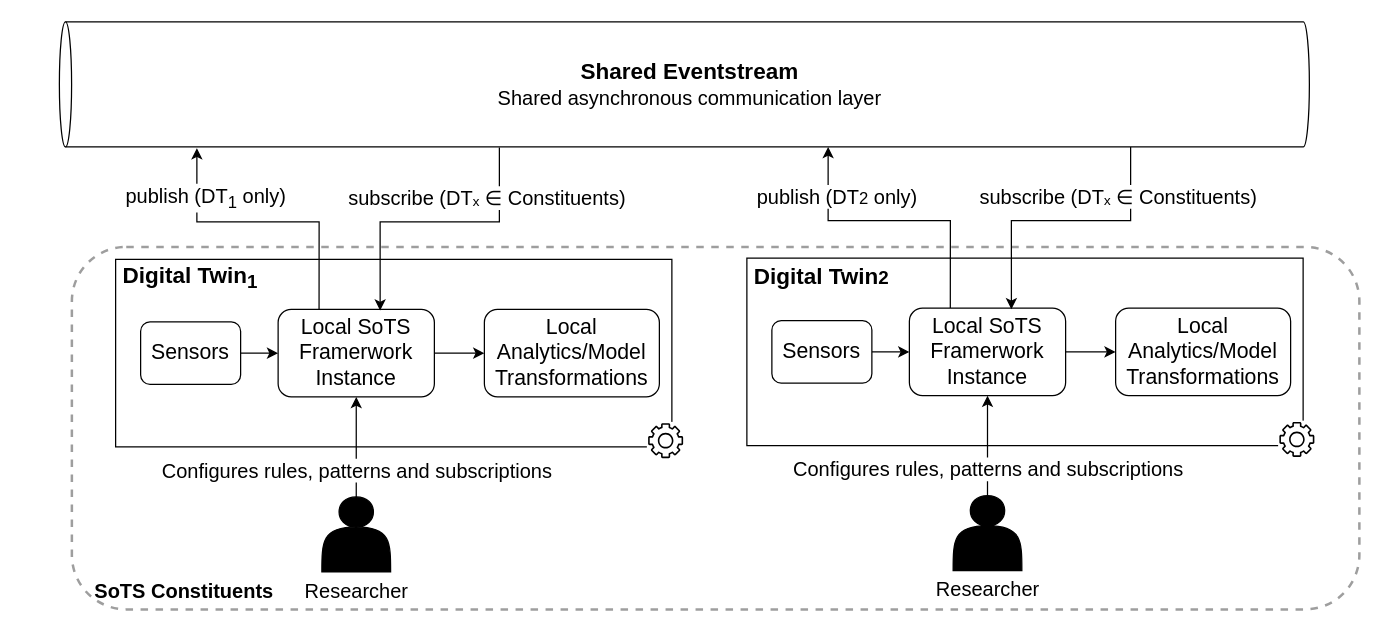
The draw.io diagram docs/Diagrams/C1 Context.drawio in faith176/sots_kalman_filters, before the edit. Source tidied: cells renumbered, new cells numbered last; positions are measured from the earlier drawing's top-left corner, leaving out a move shared by most shapes. Both pictures are drawn from the tidied source at 125%, with x=0, y=0 at pixel (21, 21).
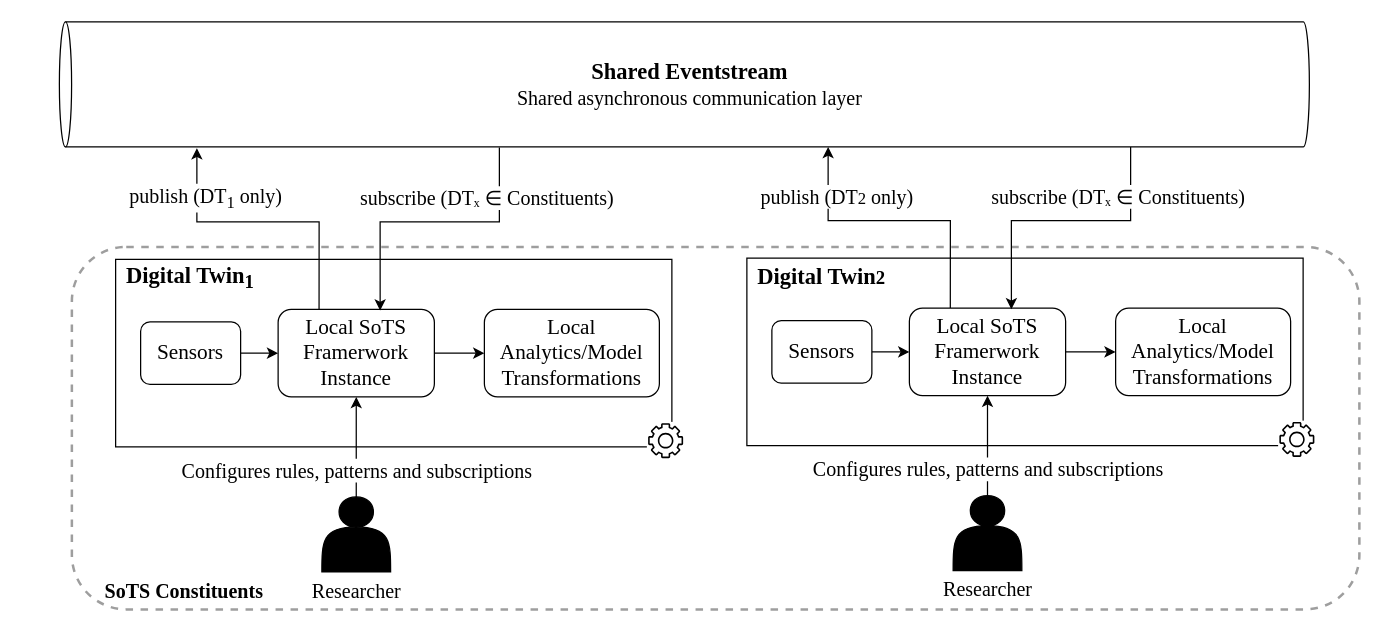
Above is the later version.

What changed in the source:
```diff
@@
-    <mxCell id="2" style="rounded=1;whiteSpace=wrap;html=1;fillColor=none;dashed=1;strokeColor=#9E9E9E;strokeWidth=2;" parent="1" vertex="1">
+    <mxCell id="2" style="rounded=1;whiteSpace=wrap;html=1;fillColor=none;dashed=1;strokeColor=#9E9E9E;strokeWidth=2;fontFamily=Times New Roman;" parent="1" vertex="1">
       <mxGeometry x="40" y="180" width="1030" height="290" as="geometry" />
     </mxCell>
-    <mxCell id="3" value="&lt;b&gt;&lt;font style=&quot;font-size: 18px;&quot;&gt;Shared Eventstream&lt;/font&gt;&lt;/b&gt;&lt;div&gt;&lt;font style=&quot;font-size: 16px;&quot;&gt;Shared asynchronous communication layer&lt;/font&gt;&lt;/div&gt;" style="shape=cylinder3;whiteSpace=wrap;html=1;boundedLbl=1;backgroundOutline=1;size=4.8888888888888005;direction=north;" parent="1" vertex="1">
+    <mxCell id="3" value="&lt;b&gt;&lt;font style=&quot;font-size: 18px;&quot;&gt;Shared Eventstream&lt;/font&gt;&lt;/b&gt;&lt;div&gt;&lt;font style=&quot;font-size: 16px;&quot;&gt;Shared asynchronous communication layer&lt;/font&gt;&lt;/div&gt;" style="shape=cylinder3;whiteSpace=wrap;html=1;boundedLbl=1;backgroundOutline=1;size=4.8888888888888005;direction=north;fontFamily=Times New Roman;" parent="1" vertex="1">
       <mxGeometry x="30" width="1000" height="100" as="geometry" />
     </mxCell>
-    <mxCell id="4" style="group;strokeColor=none;" parent="1" vertex="1">
+    <mxCell id="4" style="group;strokeColor=none;fontFamily=Times New Roman;" parent="1" vertex="1">
       <mxGeometry y="130" width="570" height="340" as="geometry" />
     </mxCell>
-    <mxCell id="5" style="rounded=0;whiteSpace=wrap;html=1;" parent="4" vertex="1">
+    <mxCell id="5" style="rounded=0;whiteSpace=wrap;html=1;fontFamily=Times New Roman;" parent="4" vertex="1">
       <mxGeometry x="75" y="60" width="445" height="150" as="geometry" />
     </mxCell>
-    <mxCell id="6" style="edgeStyle=orthogonalEdgeStyle;rounded=0;jettySize=auto;html=1;exitX=0.5;exitY=0;exitDx=0;exitDy=0;entryX=0.5;entryY=1;entryDx=0;entryDy=0;" parent="4" edge="1" source="8" target="13">
+    <mxCell id="6" style="edgeStyle=orthogonalEdgeStyle;rounded=0;jettySize=auto;html=1;exitX=0.5;exitY=0;exitDx=0;exitDy=0;entryX=0.5;entryY=1;entryDx=0;entryDy=0;fontFamily=Times New Roman;" parent="4" edge="1" source="8" target="13">
       <mxGeometry relative="1" as="geometry" />
     </mxCell>
-    <mxCell id="7" value="Configures rules, patterns and subscriptions" style="edgeLabel;html=1;align=center;verticalAlign=middle;fontSize=16;" parent="6" vertex="1">
+    <mxCell id="7" value="Configures rules, patterns and subscriptions" style="edgeLabel;html=1;align=center;verticalAlign=middle;fontSize=16;fontFamily=Times New Roman;" parent="6" vertex="1">
       <mxGeometry x="-0.19" relative="1" as="geometry">
         <mxPoint y="10" as="offset" />
       </mxGeometry>
     </mxCell>
-    <mxCell id="8" style="shape=actor;whiteSpace=wrap;html=1;fillColor=#000000;" parent="4" vertex="1">
+    <mxCell id="8" style="shape=actor;whiteSpace=wrap;html=1;fillColor=#000000;fontFamily=Times New Roman;" parent="4" vertex="1">
       <mxGeometry x="240" y="250" width="55" height="60" as="geometry" />
     </mxCell>
-    <mxCell id="9" value="&lt;font style=&quot;font-size: 16px;&quot;&gt;Researcher&lt;/font&gt;" style="text;html=1;align=center;verticalAlign=middle;whiteSpace=wrap;rounded=0;" parent="4" vertex="1">
+    <mxCell id="9" value="&lt;font style=&quot;font-size: 16px;&quot;&gt;Researcher&lt;/font&gt;" style="text;html=1;align=center;verticalAlign=middle;whiteSpace=wrap;rounded=0;fontFamily=Times New Roman;" parent="4" vertex="1">
       <mxGeometry x="237.5" y="310" width="60" height="30" as="geometry" />
     </mxCell>
-    <mxCell id="10" style="edgeStyle=orthogonalEdgeStyle;rounded=0;jettySize=auto;html=1;exitX=1;exitY=0.5;exitDx=0;exitDy=0;entryX=0;entryY=0.5;entryDx=0;entryDy=0;" parent="4" edge="1" source="11" target="13">
+    <mxCell id="10" style="edgeStyle=orthogonalEdgeStyle;rounded=0;jettySize=auto;html=1;exitX=1;exitY=0.5;exitDx=0;exitDy=0;entryX=0;entryY=0.5;entryDx=0;entryDy=0;fontFamily=Times New Roman;" parent="4" edge="1" source="11" target="13">
       <mxGeometry relative="1" as="geometry" />
     </mxCell>
-    <mxCell id="11" value="&lt;font&gt;Sensors&lt;/font&gt;" style="rounded=1;whiteSpace=wrap;html=1;fontSize=17;" parent="4" vertex="1">
+    <mxCell id="11" value="&lt;font&gt;Sensors&lt;/font&gt;" style="rounded=1;whiteSpace=wrap;html=1;fontSize=17;fontFamily=Times New Roman;" parent="4" vertex="1">
       <mxGeometry x="95" y="110" width="80" height="50" as="geometry" />
     </mxCell>
-    <mxCell id="12" style="edgeStyle=orthogonalEdgeStyle;rounded=0;jettySize=auto;html=1;exitX=1;exitY=0.5;exitDx=0;exitDy=0;entryX=0;entryY=0.5;entryDx=0;entryDy=0;" parent="4" edge="1" source="13" target="14">
+    <mxCell id="12" style="edgeStyle=orthogonalEdgeStyle;rounded=0;jettySize=auto;html=1;exitX=1;exitY=0.5;exitDx=0;exitDy=0;entryX=0;entryY=0.5;entryDx=0;entryDy=0;fontFamily=Times New Roman;" parent="4" edge="1" source="13" target="14">
       <mxGeometry relative="1" as="geometry" />
     </mxCell>
-    <mxCell id="13" value="&lt;font&gt;Local SoTS Framerwork Instance&lt;/font&gt;" style="rounded=1;whiteSpace=wrap;html=1;fontSize=17;" parent="4" vertex="1">
+    <mxCell id="13" value="&lt;font&gt;Local SoTS Framerwork Instance&lt;/font&gt;" style="rounded=1;whiteSpace=wrap;html=1;fontSize=17;fontFamily=Times New Roman;" parent="4" vertex="1">
       <mxGeometry x="205" y="100" width="125" height="70" as="geometry" />
     </mxCell>
-    <mxCell id="14" value="&lt;font&gt;Local Analytics/Model Transformations&lt;/font&gt;" style="rounded=1;whiteSpace=wrap;html=1;fontSize=17;" parent="4" vertex="1">
+    <mxCell id="14" value="&lt;font&gt;Local Analytics/Model Transformations&lt;/font&gt;" style="rounded=1;whiteSpace=wrap;html=1;fontSize=17;fontFamily=Times New Roman;" parent="4" vertex="1">
       <mxGeometry x="370" y="100" width="140" height="70" as="geometry" />
     </mxCell>
-    <mxCell id="15" style="edgeStyle=orthogonalEdgeStyle;rounded=0;jettySize=auto;html=1;exitX=-0.005;exitY=0.352;exitDx=0;exitDy=0;exitPerimeter=0;entryX=0.653;entryY=0.014;entryDx=0;entryDy=0;fillColor=#d5e8d4;gradientColor=#97d077;strokeColor=#000000;entryPerimeter=0;" parent="4" edge="1" source="3" target="13">
+    <mxCell id="15" style="edgeStyle=orthogonalEdgeStyle;rounded=0;jettySize=auto;html=1;exitX=-0.005;exitY=0.352;exitDx=0;exitDy=0;exitPerimeter=0;entryX=0.653;entryY=0.014;entryDx=0;entryDy=0;fillColor=#d5e8d4;gradientColor=#97d077;strokeColor=#000000;entryPerimeter=0;fontFamily=Times New Roman;" parent="4" edge="1" source="3" target="13">
       <mxGeometry relative="1" as="geometry">
         <Array as="points">
           <mxPoint x="382" y="30" />
           <mxPoint x="286" y="30" />
           <mxPoint x="286" y="100" />
           <mxPoint x="287" y="100" />
         </Array>
       </mxGeometry>
     </mxCell>
-    <mxCell id="16" value="subscribe (DTₓ ∈ Constituents)" style="edgeLabel;html=1;align=center;verticalAlign=middle;fontStyle=0;fontSize=16;" parent="15" vertex="1">
+    <mxCell id="16" value="subscribe (DTₓ ∈ Constituents)" style="edgeLabel;html=1;align=center;verticalAlign=middle;fontStyle=0;fontSize=16;fontFamily=Times New Roman;" parent="15" vertex="1">
       <mxGeometry x="0.19" y="-2" relative="1" as="geometry">
         <mxPoint x="64" y="-18" as="offset" />
       </mxGeometry>
     </mxCell>
-    <mxCell id="17" value="&lt;font style=&quot;font-size: 18px;&quot;&gt;&lt;b style=&quot;&quot;&gt;Digital Twin&lt;sub style=&quot;&quot;&gt;1&lt;/sub&gt;&lt;/b&gt;&lt;/font&gt;" style="text;html=1;align=center;verticalAlign=middle;whiteSpace=wrap;rounded=0;" parent="4" vertex="1">
+    <mxCell id="17" value="&lt;font style=&quot;font-size: 18px;&quot;&gt;&lt;b style=&quot;&quot;&gt;Digital Twin&lt;sub style=&quot;&quot;&gt;1&lt;/sub&gt;&lt;/b&gt;&lt;/font&gt;" style="text;html=1;align=center;verticalAlign=middle;whiteSpace=wrap;rounded=0;fontFamily=Times New Roman;" parent="4" vertex="1">
       <mxGeometry x="75" y="60" width="120" height="30" as="geometry" />
     </mxCell>
-    <mxCell id="18" style="group;" parent="4" vertex="1">
+    <mxCell id="18" style="group;fontFamily=Times New Roman;" parent="4" vertex="1">
       <mxGeometry x="500" y="190" width="30" height="30" as="geometry" />
     </mxCell>
-    <mxCell id="19" style="rounded=0;whiteSpace=wrap;html=1;strokeColor=none;" parent="18" vertex="1">
+    <mxCell id="19" style="rounded=0;whiteSpace=wrap;html=1;strokeColor=none;fontFamily=Times New Roman;" parent="18" vertex="1">
       <mxGeometry width="30" height="30" as="geometry" />
     </mxCell>
-    <mxCell id="20" style="sketch=0;fontColor=#232F3E;gradientColor=none;fillColor=#000000;strokeColor=none;dashed=0;verticalLabelPosition=bottom;verticalAlign=top;align=center;html=1;fontSize=12;fontStyle=0;shape=mxgraph.aws4.gear;" parent="18" vertex="1">
+    <mxCell id="20" style="sketch=0;fontColor=#232F3E;gradientColor=none;fillColor=#000000;strokeColor=none;dashed=0;verticalLabelPosition=bottom;verticalAlign=top;align=center;html=1;fontSize=12;fontStyle=0;shape=mxgraph.aws4.gear;fontFamily=Times New Roman;" parent="18" vertex="1">
       <mxGeometry x="1" y="1" width="28" height="28" as="geometry" />
     </mxCell>
-    <mxCell id="21" value="&lt;font style=&quot;font-size: 16px;&quot;&gt;SoTS Constituents&lt;/font&gt;" style="text;html=1;align=center;verticalAlign=middle;whiteSpace=wrap;rounded=0;fontStyle=1;" parent="4" vertex="1">
+    <mxCell id="21" value="&lt;font style=&quot;font-size: 16px;&quot;&gt;SoTS Constituents&lt;/font&gt;" style="text;html=1;align=center;verticalAlign=middle;whiteSpace=wrap;rounded=0;fontStyle=1;fontFamily=Times New Roman;" parent="4" vertex="1">
       <mxGeometry x="55" y="310" width="150" height="30" as="geometry" />
     </mxCell>
-    <mxCell id="22" style="edgeStyle=orthogonalEdgeStyle;rounded=0;jettySize=auto;html=1;exitX=0.262;exitY=-0.001;exitDx=0;exitDy=0;fillColor=#dae8fc;gradientColor=#7ea6e0;strokeColor=#000000;exitPerimeter=0;" parent="1" edge="1" source="13">
+    <mxCell id="22" style="edgeStyle=orthogonalEdgeStyle;rounded=0;jettySize=auto;html=1;exitX=0.262;exitY=-0.001;exitDx=0;exitDy=0;fillColor=#dae8fc;gradientColor=#7ea6e0;strokeColor=#000000;exitPerimeter=0;fontFamily=Times New Roman;" parent="1" edge="1" source="13">
       <mxGeometry relative="1" as="geometry">
         <mxPoint x="140" y="101" as="targetPoint" />
         <Array as="points">
           <mxPoint x="238" y="160" />
           <mxPoint x="140" y="160" />
         </Array>
       </mxGeometry>
     </mxCell>
-    <mxCell id="23" value="publish (DT&lt;sub&gt;&lt;font&gt;1&lt;/font&gt;&lt;/sub&gt; only)" style="edgeLabel;html=1;align=center;verticalAlign=middle;fontStyle=0;fontSize=16;" parent="22" vertex="1">
+    <mxCell id="23" value="publish (DT&lt;sub&gt;&lt;font&gt;1&lt;/font&gt;&lt;/sub&gt; only)" style="edgeLabel;html=1;align=center;verticalAlign=middle;fontStyle=0;fontSize=16;fontFamily=Times New Roman;" parent="22" vertex="1">
       <mxGeometry x="-0.07" y="-2" relative="1" as="geometry">
         <mxPoint x="-56" y="-18" as="offset" />
       </mxGeometry>
     </mxCell>
-    <mxCell id="24" style="rounded=0;whiteSpace=wrap;html=1;" parent="1" vertex="1">
+    <mxCell id="24" style="rounded=0;whiteSpace=wrap;html=1;fontFamily=Times New Roman;" parent="1" vertex="1">
       <mxGeometry x="580" y="189" width="445" height="150" as="geometry" />
     </mxCell>
-    <mxCell id="25" style="edgeStyle=orthogonalEdgeStyle;rounded=0;jettySize=auto;html=1;exitX=0.5;exitY=0;exitDx=0;exitDy=0;entryX=0.5;entryY=1;entryDx=0;entryDy=0;" parent="1" edge="1" source="27" target="32">
+    <mxCell id="25" style="edgeStyle=orthogonalEdgeStyle;rounded=0;jettySize=auto;html=1;exitX=0.5;exitY=0;exitDx=0;exitDy=0;entryX=0.5;entryY=1;entryDx=0;entryDy=0;fontFamily=Times New Roman;" parent="1" edge="1" source="27" target="32">
       <mxGeometry relative="1" as="geometry" />
     </mxCell>
-    <mxCell id="26" value="Configures rules, patterns and subscriptions" style="edgeLabel;html=1;align=center;verticalAlign=middle;fontSize=16;" parent="25" vertex="1">
+    <mxCell id="26" value="Configures rules, patterns and subscriptions" style="edgeLabel;html=1;align=center;verticalAlign=middle;fontSize=16;fontFamily=Times New Roman;" parent="25" vertex="1">
       <mxGeometry x="-0.19" relative="1" as="geometry">
         <mxPoint y="10" as="offset" />
       </mxGeometry>
     </mxCell>
-    <mxCell id="27" style="shape=actor;whiteSpace=wrap;html=1;fillColor=#000000;" parent="1" vertex="1">
+    <mxCell id="27" style="shape=actor;whiteSpace=wrap;html=1;fillColor=#000000;fontFamily=Times New Roman;" parent="1" vertex="1">
       <mxGeometry x="745" y="379" width="55" height="60" as="geometry" />
     </mxCell>
-    <mxCell id="28" value="&lt;font style=&quot;font-size: 16px;&quot;&gt;Researcher&lt;/font&gt;" style="text;html=1;align=center;verticalAlign=middle;whiteSpace=wrap;rounded=0;" parent="1" vertex="1">
+    <mxCell id="28" value="&lt;font style=&quot;font-size: 16px;&quot;&gt;Researcher&lt;/font&gt;" style="text;html=1;align=center;verticalAlign=middle;whiteSpace=wrap;rounded=0;fontFamily=Times New Roman;" parent="1" vertex="1">
       <mxGeometry x="742.5" y="439" width="60" height="30" as="geometry" />
     </mxCell>
-    <mxCell id="29" style="edgeStyle=orthogonalEdgeStyle;rounded=0;jettySize=auto;html=1;exitX=1;exitY=0.5;exitDx=0;exitDy=0;entryX=0;entryY=0.5;entryDx=0;entryDy=0;" parent="1" edge="1" source="30" target="32">
+    <mxCell id="29" style="edgeStyle=orthogonalEdgeStyle;rounded=0;jettySize=auto;html=1;exitX=1;exitY=0.5;exitDx=0;exitDy=0;entryX=0;entryY=0.5;entryDx=0;entryDy=0;fontFamily=Times New Roman;" parent="1" edge="1" source="30" target="32">
       <mxGeometry relative="1" as="geometry" />
     </mxCell>
-    <mxCell id="30" value="&lt;font&gt;Sensors&lt;/font&gt;" style="rounded=1;whiteSpace=wrap;html=1;fontSize=17;" parent="1" vertex="1">
+    <mxCell id="30" value="&lt;font&gt;Sensors&lt;/font&gt;" style="rounded=1;whiteSpace=wrap;html=1;fontSize=17;fontFamily=Times New Roman;" parent="1" vertex="1">
       <mxGeometry x="600" y="239" width="80" height="50" as="geometry" />
     </mxCell>
-    <mxCell id="31" style="edgeStyle=orthogonalEdgeStyle;rounded=0;jettySize=auto;html=1;exitX=1;exitY=0.5;exitDx=0;exitDy=0;entryX=0;entryY=0.5;entryDx=0;entryDy=0;" parent="1" edge="1" source="32" target="33">
+    <mxCell id="31" style="edgeStyle=orthogonalEdgeStyle;rounded=0;jettySize=auto;html=1;exitX=1;exitY=0.5;exitDx=0;exitDy=0;entryX=0;entryY=0.5;entryDx=0;entryDy=0;fontFamily=Times New Roman;" parent="1" edge="1" source="32" target="33">
       <mxGeometry relative="1" as="geometry" />
     </mxCell>
-    <mxCell id="32" value="&lt;font&gt;Local SoTS Framerwork Instance&lt;/font&gt;" style="rounded=1;whiteSpace=wrap;html=1;fontSize=17;" parent="1" vertex="1">
+    <mxCell id="32" value="&lt;font&gt;Local SoTS Framerwork Instance&lt;/font&gt;" style="rounded=1;whiteSpace=wrap;html=1;fontSize=17;fontFamily=Times New Roman;" parent="1" vertex="1">
       <mxGeometry x="710" y="229" width="125" height="70" as="geometry" />
     </mxCell>
-    <mxCell id="33" value="&lt;font&gt;Local Analytics/Model Transformations&lt;/font&gt;" style="rounded=1;whiteSpace=wrap;html=1;fontSize=17;" parent="1" vertex="1">
+    <mxCell id="33" value="&lt;font&gt;Local Analytics/Model Transformations&lt;/font&gt;" style="rounded=1;whiteSpace=wrap;html=1;fontSize=17;fontFamily=Times New Roman;" parent="1" vertex="1">
       <mxGeometry x="875" y="229" width="140" height="70" as="geometry" />
     </mxCell>
-    <mxCell id="34" style="edgeStyle=orthogonalEdgeStyle;rounded=0;jettySize=auto;html=1;exitX=-0.005;exitY=0.352;exitDx=0;exitDy=0;exitPerimeter=0;entryX=0.653;entryY=0.014;entryDx=0;entryDy=0;fillColor=#d5e8d4;gradientColor=#97d077;strokeColor=#000000;entryPerimeter=0;" parent="1" edge="1" target="32">
+    <mxCell id="34" style="edgeStyle=orthogonalEdgeStyle;rounded=0;jettySize=auto;html=1;exitX=-0.005;exitY=0.352;exitDx=0;exitDy=0;exitPerimeter=0;entryX=0.653;entryY=0.014;entryDx=0;entryDy=0;fillColor=#d5e8d4;gradientColor=#97d077;strokeColor=#000000;entryPerimeter=0;fontFamily=Times New Roman;" parent="1" edge="1" target="32">
       <mxGeometry relative="1" as="geometry">
         <mxPoint x="887" y="100" as="sourcePoint" />
         <Array as="points">
           <mxPoint x="887" y="159" />
           <mxPoint x="791" y="159" />
           <mxPoint x="791" y="229" />
           <mxPoint x="792" y="229" />
         </Array>
       </mxGeometry>
     </mxCell>
-    <mxCell id="35" value="subscribe (DTₓ ∈ Constituents)" style="edgeLabel;html=1;align=center;verticalAlign=middle;fontStyle=0;fontSize=16;" parent="34" vertex="1">
+    <mxCell id="35" value="subscribe (DTₓ ∈ Constituents)" style="edgeLabel;html=1;align=center;verticalAlign=middle;fontStyle=0;fontSize=16;fontFamily=Times New Roman;" parent="34" vertex="1">
       <mxGeometry x="0.19" y="-2" relative="1" as="geometry">
         <mxPoint x="64" y="-18" as="offset" />
       </mxGeometry>
     </mxCell>
-    <mxCell id="36" value="&lt;font style=&quot;&quot;&gt;&lt;b style=&quot;&quot;&gt;&lt;span style=&quot;font-size: 18px;&quot;&gt;Digital Twin&lt;/span&gt;&lt;span style=&quot;font-size: 15px;&quot;&gt;2&lt;/span&gt;&lt;/b&gt;&lt;/font&gt;" style="text;html=1;align=center;verticalAlign=middle;whiteSpace=wrap;rounded=0;" parent="1" vertex="1">
+    <mxCell id="36" value="&lt;font style=&quot;&quot;&gt;&lt;b style=&quot;&quot;&gt;&lt;span style=&quot;font-size: 18px;&quot;&gt;Digital Twin&lt;/span&gt;&lt;span style=&quot;font-size: 15px;&quot;&gt;2&lt;/span&gt;&lt;/b&gt;&lt;/font&gt;" style="text;html=1;align=center;verticalAlign=middle;whiteSpace=wrap;rounded=0;fontFamily=Times New Roman;" parent="1" vertex="1">
       <mxGeometry x="580" y="189" width="120" height="30" as="geometry" />
     </mxCell>
-    <mxCell id="37" style="group;" parent="1" vertex="1">
+    <mxCell id="37" style="group;fontFamily=Times New Roman;" parent="1" vertex="1">
       <mxGeometry x="1005" y="319" width="30" height="30" as="geometry" />
     </mxCell>
-    <mxCell id="38" style="rounded=0;whiteSpace=wrap;html=1;strokeColor=none;" parent="37" vertex="1">
+    <mxCell id="38" style="rounded=0;whiteSpace=wrap;html=1;strokeColor=none;fontFamily=Times New Roman;" parent="37" vertex="1">
       <mxGeometry width="30" height="30" as="geometry" />
     </mxCell>
-    <mxCell id="39" style="sketch=0;fontColor=#232F3E;gradientColor=none;fillColor=#000000;strokeColor=none;dashed=0;verticalLabelPosition=bottom;verticalAlign=top;align=center;html=1;fontSize=12;fontStyle=0;shape=mxgraph.aws4.gear;" parent="37" vertex="1">
+    <mxCell id="39" style="sketch=0;fontColor=#232F3E;gradientColor=none;fillColor=#000000;strokeColor=none;dashed=0;verticalLabelPosition=bottom;verticalAlign=top;align=center;html=1;fontSize=12;fontStyle=0;shape=mxgraph.aws4.gear;fontFamily=Times New Roman;" parent="37" vertex="1">
       <mxGeometry x="1" y="1" width="28" height="28" as="geometry" />
     </mxCell>
-    <mxCell id="40" style="edgeStyle=orthogonalEdgeStyle;rounded=0;jettySize=auto;html=1;exitX=0.262;exitY=-0.001;exitDx=0;exitDy=0;fillColor=#dae8fc;gradientColor=#7ea6e0;strokeColor=#000000;exitPerimeter=0;" parent="1" edge="1" source="32">
+    <mxCell id="40" style="edgeStyle=orthogonalEdgeStyle;rounded=0;jettySize=auto;html=1;exitX=0.262;exitY=-0.001;exitDx=0;exitDy=0;fillColor=#dae8fc;gradientColor=#7ea6e0;strokeColor=#000000;exitPerimeter=0;fontFamily=Times New Roman;" parent="1" edge="1" source="32">
       <mxGeometry relative="1" as="geometry">
         <mxPoint x="645" y="100" as="targetPoint" />
         <Array as="points">
           <mxPoint x="743" y="159" />
           <mxPoint x="645" y="159" />
         </Array>
       </mxGeometry>
     </mxCell>
-    <mxCell id="41" value="publish (DT&lt;span style=&quot;font-size: 13.3333px;&quot;&gt;2&lt;/span&gt;&amp;nbsp;only)" style="edgeLabel;html=1;align=center;verticalAlign=middle;fontStyle=0;fontSize=16;" parent="40" vertex="1">
+    <mxCell id="41" value="publish (DT&lt;span style=&quot;font-size: 13.3333px;&quot;&gt;2&lt;/span&gt;&amp;nbsp;only)" style="edgeLabel;html=1;align=center;verticalAlign=middle;fontStyle=0;fontSize=16;fontFamily=Times New Roman;" parent="40" vertex="1">
       <mxGeometry x="-0.07" y="-2" relative="1" as="geometry">
         <mxPoint x="-56" y="-18" as="offset" />
       </mxGeometry>
     </mxCell>
```
